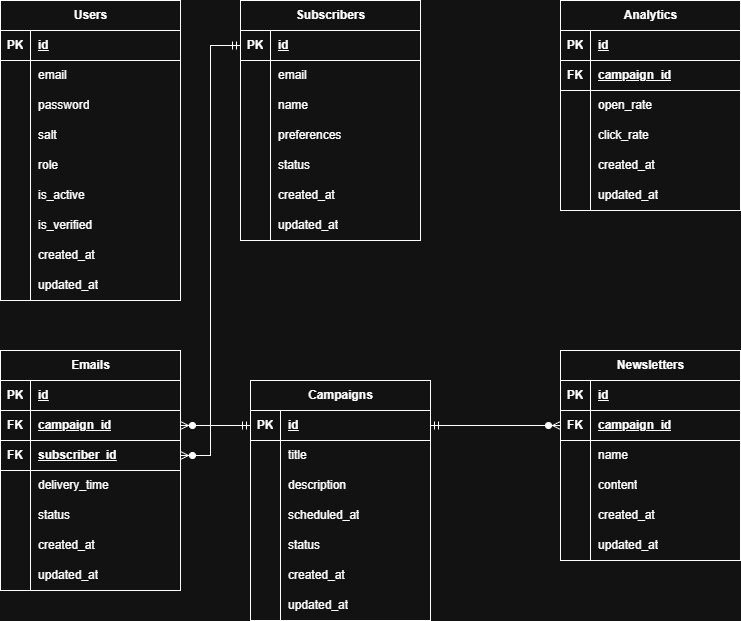
falansari/JNews keeps this draw.io diagram as docs/ERD.drawio.png. Above is the earlier version. Source tidied: cells renumbered, new cells last; positions are measured from the earlier drawing's top-left corner, leaving out a move shared by most shapes.
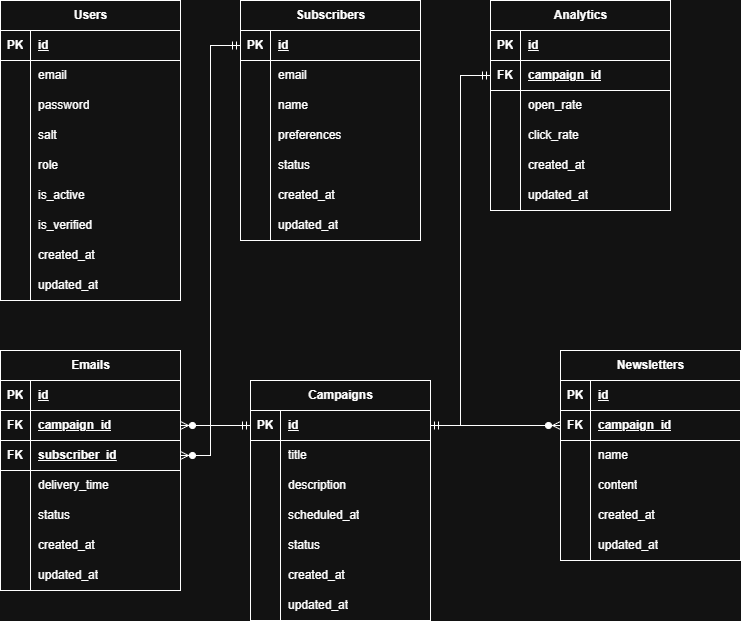
The same diagram one commit later.

Commit message:
forgot to add the link between analytics and campaign fixes #1

What changed in the source:
```diff
@@ -342,7 +342,7 @@
       <mxGeometry x="30" width="150" height="30" as="geometry" />
     </mxCell>
     <mxCell id="115" value="Analytics" style="shape=table;startSize=30;rowLines=0;fontStyle=1;align=center;html=1;" parent="1" vertex="1">
-      <mxGeometry x="560" width="180" height="210" as="geometry" />
+      <mxGeometry x="490" width="180" height="210" as="geometry" />
     </mxCell>
     <mxCell id="116" style="shape=tableRow;horizontal=0;startSize=0;swimlaneHead=0;swimlaneBody=0;fillColor=none;top=0;left=0;right=0;bottom=1;" parent="115" vertex="1">
       <mxGeometry y="30" width="180" height="30" as="geometry" />
@@ -407,5 +407,8 @@
     <mxCell id="136" style="edgeStyle=entityRelationEdgeStyle;fontSize=12;html=1;endArrow=ERzeroToMany;startArrow=ERmandOne;rounded=0;" parent="1" edge="1" source="31" target="56">
       <mxGeometry relative="1" as="geometry" />
     </mxCell>
+    <mxCell id="137" style="edgeStyle=entityRelationEdgeStyle;fontSize=12;html=1;endArrow=ERmandOne;startArrow=ERmandOne;rounded=0;" parent="1" edge="1" source="31" target="119">
+      <mxGeometry relative="1" as="geometry" />
+    </mxCell>
   </root>
 </mxGraphModel>
```
